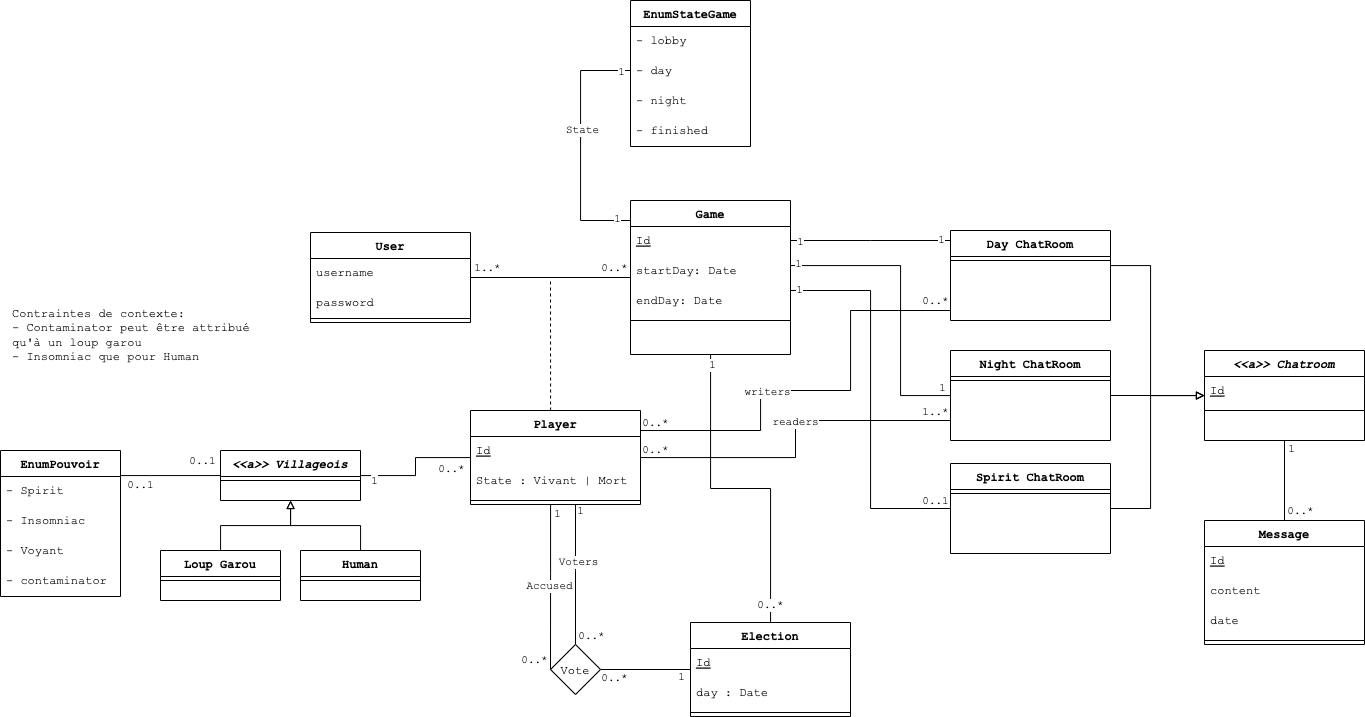
The draw.io diagram docs/diagrams/class_diagram.drawio.png in julienbrs/Werewolves-Game-App, before a commit. Source tidied: cells renumbered, new cells last; positions are measured from the earlier drawing's top-left corner, leaving out a move shared by most shapes.
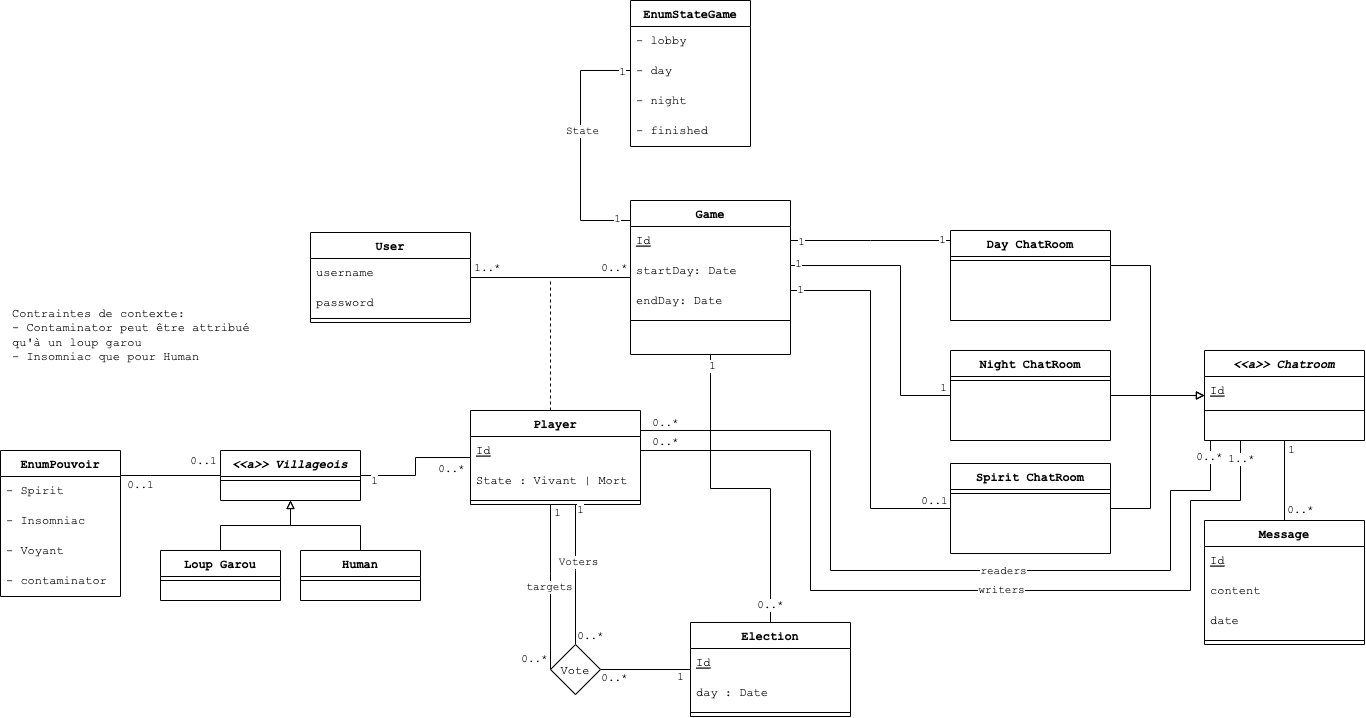
After the commit.

Commit message:
add prisma schema (untested)

The edit, as a diff of the source:
```diff
@@ -2,7 +2,7 @@
   <root>
     <mxCell id="0" />
     <mxCell id="1" parent="0" />
-    <mxCell id="2" style="edgeStyle=none;html=1;fontFamily=Comic Sans MS;dashed=1;" parent="1" edge="1" target="x">
+    <mxCell id="2" style="edgeStyle=none;html=1;fontFamily=Comic Sans MS;dashed=1;" parent="1" edge="1">
       <mxGeometry relative="1" as="geometry">
         <mxPoint x="1145" y="330" as="sourcePoint" />
         <Array as="points">
@@ -12,7 +12,7 @@
         </Array>
       </mxGeometry>
     </mxCell>
-    <mxCell id="3" style="edgeStyle=none;html=1;fontFamily=Comic Sans MS;dashed=1;" parent="1" edge="1" target="x">
+    <mxCell id="3" style="edgeStyle=none;html=1;fontFamily=Comic Sans MS;dashed=1;" parent="1" edge="1">
       <mxGeometry relative="1" as="geometry">
         <mxPoint x="1145" y="330" as="sourcePoint" />
         <Array as="points">
@@ -71,34 +71,35 @@
         </Array>
       </mxGeometry>
     </mxCell>
-    <mxCell id="17" style="edgeStyle=orthogonalEdgeStyle;rounded=0;html=1;fontFamily=Courier New;endArrow=none;endFill=0;" parent="1" edge="1" source="25" target="61">
+    <mxCell id="17" style="edgeStyle=orthogonalEdgeStyle;rounded=0;html=1;fontFamily=Courier New;endArrow=none;endFill=0;" parent="1" edge="1" source="25" target="48">
       <mxGeometry relative="1" as="geometry">
         <Array as="points">
-          <mxPoint x="795" y="457" />
-          <mxPoint x="795" y="420" />
+          <mxPoint x="810" y="450" />
+          <mxPoint x="810" y="590" />
+          <mxPoint x="1190" y="590" />
+          <mxPoint x="1190" y="500" />
+          <mxPoint x="1240" y="500" />
         </Array>
       </mxGeometry>
     </mxCell>
     <mxCell id="18" value="0..*" style="edgeLabel;html=1;align=center;verticalAlign=middle;fontFamily=Courier New;" parent="17" vertex="1">
       <mxGeometry x="-0.94" y="1" relative="1" as="geometry">
-        <mxPoint x="4" y="-7" as="offset" />
+        <mxPoint x="-3" y="-8" as="offset" />
       </mxGeometry>
     </mxCell>
-    <mxCell id="19" value="readers" style="edgeLabel;html=1;align=center;verticalAlign=middle;fontFamily=Courier New;" parent="17" vertex="1">
-      <mxGeometry x="0.1" y="1" relative="1" as="geometry" />
-    </mxCell>
     <mxCell id="20" value="1..*" style="edgeLabel;html=1;align=center;verticalAlign=middle;fontFamily=Courier New;" parent="17" vertex="1">
       <mxGeometry x="0.95" relative="1" as="geometry">
-        <mxPoint x="-7" y="-9" as="offset" />
+        <mxPoint y="-4" as="offset" />
       </mxGeometry>
     </mxCell>
-    <mxCell id="21" style="edgeStyle=orthogonalEdgeStyle;rounded=0;html=1;fontFamily=Courier New;endArrow=none;endFill=0;" parent="1" edge="1" source="25" target="55">
+    <mxCell id="21" style="edgeStyle=orthogonalEdgeStyle;rounded=0;html=1;fontFamily=Courier New;endArrow=none;endFill=0;" parent="1" edge="1" source="25" target="48">
       <mxGeometry relative="1" as="geometry">
         <Array as="points">
-          <mxPoint x="760" y="430" />
-          <mxPoint x="760" y="390" />
-          <mxPoint x="850" y="390" />
-          <mxPoint x="850" y="310" />
+          <mxPoint x="830" y="430" />
+          <mxPoint x="830" y="570" />
+          <mxPoint x="1170" y="570" />
+          <mxPoint x="1170" y="490" />
+          <mxPoint x="1210" y="490" />
         </Array>
       </mxGeometry>
     </mxCell>
@@ -108,13 +109,18 @@
       </mxGeometry>
     </mxCell>
     <mxCell id="23" value="writers" style="edgeLabel;html=1;align=center;verticalAlign=middle;fontFamily=Courier New;" parent="21" vertex="1">
-      <mxGeometry x="-0.22" y="-1" relative="1" as="geometry" />
+      <mxGeometry x="-0.22" y="-1" relative="1" as="geometry">
+        <mxPoint x="171" y="23" as="offset" />
+      </mxGeometry>
     </mxCell>
     <mxCell id="24" value="0..*" style="edgeLabel;html=1;align=center;verticalAlign=middle;fontFamily=Courier New;" parent="21" vertex="1">
       <mxGeometry x="0.94" relative="1" as="geometry">
         <mxPoint x="-2" y="-10" as="offset" />
       </mxGeometry>
     </mxCell>
+    <mxCell id="19" value="&lt;font face=&quot;Courier New&quot;&gt;readers&lt;/font&gt;" style="edgeLabel;html=1;align=center;verticalAlign=middle;" parent="21" vertex="1">
+      <mxGeometry x="0.2" relative="1" as="geometry" />
+    </mxCell>
     <mxCell id="25" value="Player" style="swimlane;fontStyle=1;align=center;verticalAlign=top;horizontal=1;startSize=26;rounded=0;shadow=0;strokeWidth=1;fontFamily=Courier New;" parent="1" vertex="1">
       <mxGeometry x="470" y="410" width="170" height="94" as="geometry" />
     </mxCell>
@@ -374,7 +380,7 @@
         <mxPoint x="-19" y="7" as="offset" />
       </mxGeometry>
     </mxCell>
-    <mxCell id="90" value="Accused" style="edgeLabel;html=1;align=center;verticalAlign=middle;fontFamily=Courier New;" parent="87" vertex="1">
+    <mxCell id="90" value="targets" style="edgeLabel;html=1;align=center;verticalAlign=middle;fontFamily=Courier New;" parent="87" vertex="1">
       <mxGeometry x="-0.01" y="-2" relative="1" as="geometry" />
     </mxCell>
     <mxCell id="91" style="edgeStyle=orthogonalEdgeStyle;rounded=0;html=1;fontFamily=Courier New;endArrow=none;endFill=0;" parent="1" edge="1" source="94" target="11">
```
